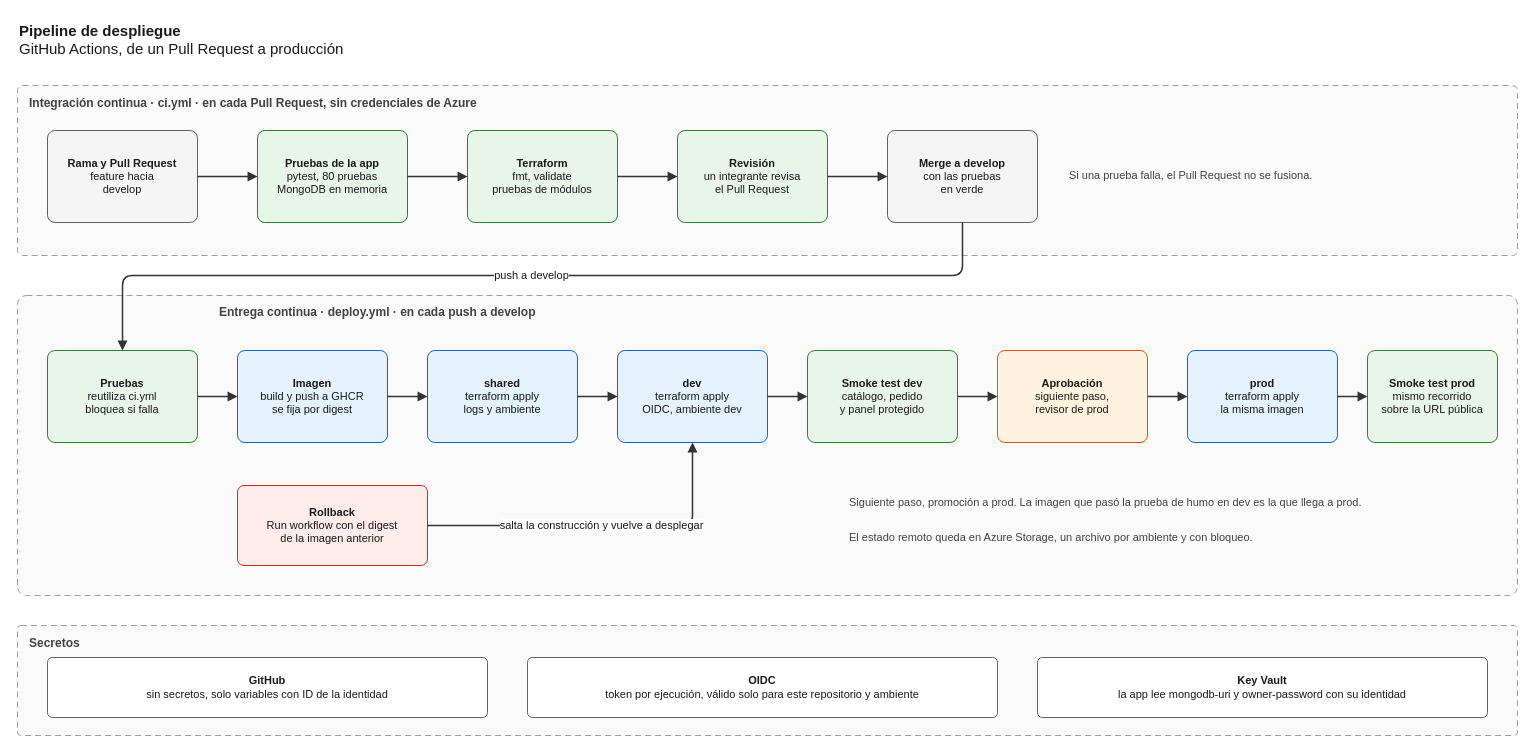
Earlier version of the draw.io diagram docs/diagramas/Pipeline.drawio (camilo-axm/pan-de-la-casa-cloud). Source tidied: cells renumbered, new cells numbered last; positions are measured from the earlier drawing's top-left corner, leaving out a move shared by most shapes. Both pictures are drawn from the tidied source at 100%, with x=0, y=0 at pixel (17, 17).
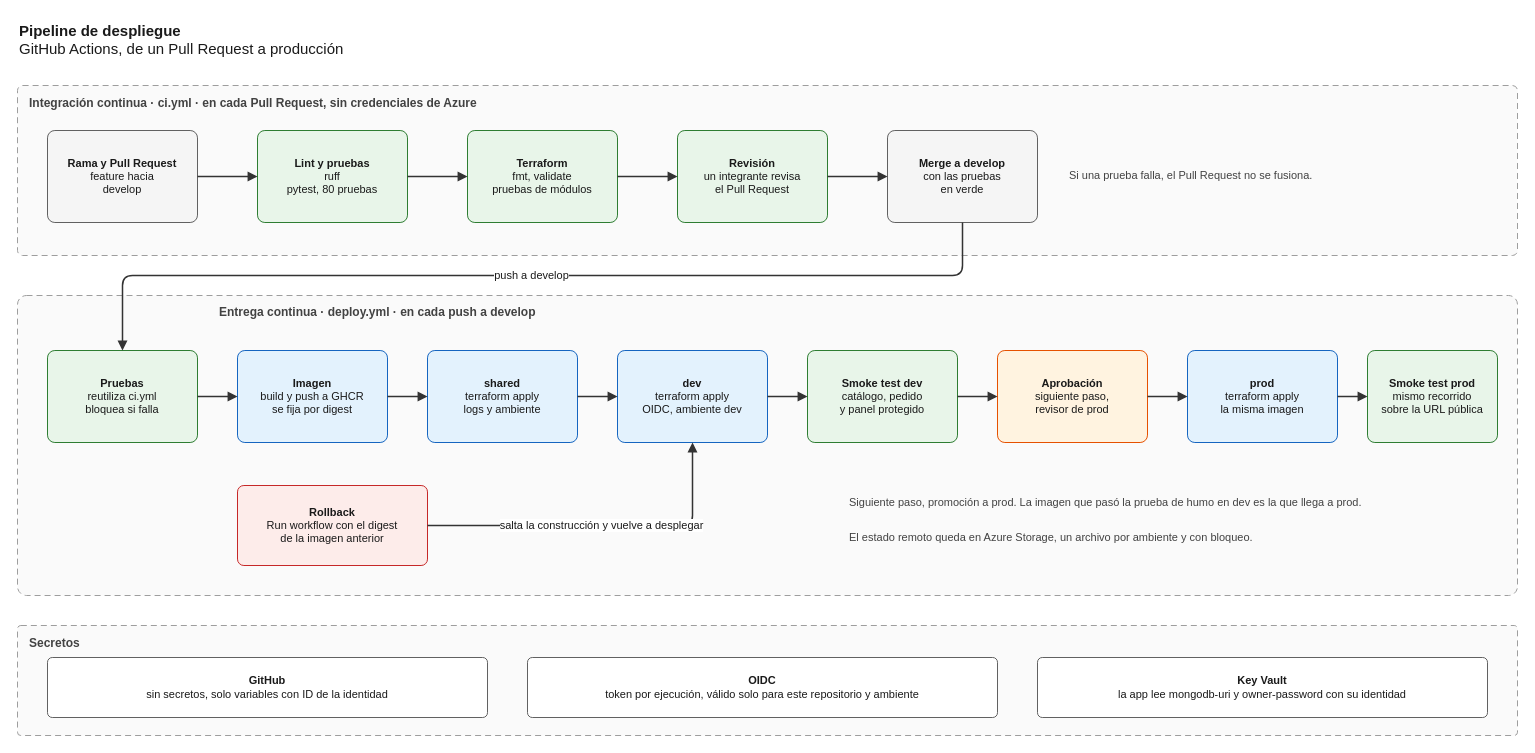
Above is the later version.

Commit message (it also covers changes not shown here):
docs: completar README y ajustar documentos a 3 replicas, lint y 10 diapositivas

The edit, as a diff of the source:
```diff
@@
-    <mxCell id="5" value="&lt;b&gt;Pruebas de la app&lt;/b&gt;&lt;br&gt;pytest, 80 pruebas&lt;br&gt;MongoDB en memoria" style="rounded=1;arcSize=8;whiteSpace=wrap;html=1;fillColor=#e8f5e9;strokeColor=#2e7d32;fontColor=#1a1a1a;fontSize=11;fontFamily=Arial;" parent="1" vertex="1">
+    <mxCell id="5" value="&lt;b&gt;Lint y pruebas&lt;/b&gt;&lt;br&gt;ruff&lt;br&gt;pytest, 80 pruebas" style="rounded=1;arcSize=8;whiteSpace=wrap;html=1;fillColor=#e8f5e9;strokeColor=#2e7d32;fontColor=#1a1a1a;fontSize=11;fontFamily=Arial;" parent="1" vertex="1">
       <mxGeometry x="240" y="113" width="150" height="92" as="geometry" />
     </mxCell>
```
